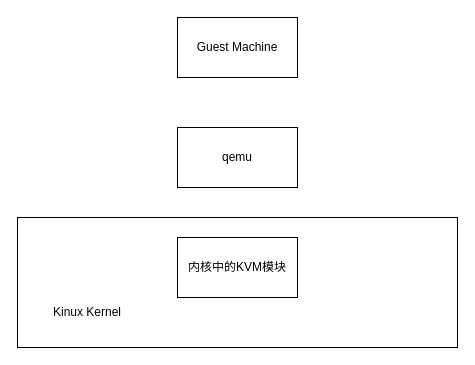
HongxGe/qemu_learning_data keeps this draw.io diagram as 01_硬件虚拟化技术介绍/框图.drawio. Above is the earlier version. Source tidied: cells renumbered, new cells numbered last; positions are measured from the earlier drawing's top-left corner, leaving out a move shared by most shapes. Both pictures are drawn from the tidied source at 100%, with x=0, y=0 at pixel (17, 17).
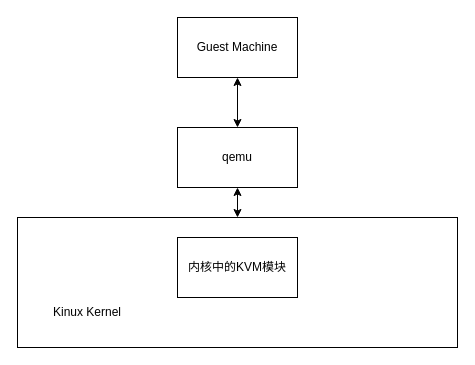
Above is the later version.

Change to the diagram source:
```diff
@@
 <mxGraphModel>
   <root>
     <mxCell id="0" />
     <mxCell id="1" parent="0" />
     <mxCell id="2" style="rounded=0;whiteSpace=wrap;html=1;" parent="1" vertex="1">
       <mxGeometry y="200" width="440" height="130" as="geometry" />
     </mxCell>
     <mxCell id="3" value="Guest Machine" style="rounded=0;whiteSpace=wrap;html=1;" parent="1" vertex="1">
       <mxGeometry x="160" width="120" height="60" as="geometry" />
     </mxCell>
     <mxCell id="4" value="qemu" style="rounded=0;whiteSpace=wrap;html=1;" parent="1" vertex="1">
       <mxGeometry x="160" y="110" width="120" height="60" as="geometry" />
     </mxCell>
     <mxCell id="5" value="内核中的KVM模块" style="rounded=0;whiteSpace=wrap;html=1;" parent="1" vertex="1">
       <mxGeometry x="160" y="220" width="120" height="60" as="geometry" />
     </mxCell>
     <mxCell id="6" value="Kinux Kernel" style="text;html=1;whiteSpace=wrap;strokeColor=none;fillColor=none;align=center;verticalAlign=middle;rounded=0;" parent="1" vertex="1">
       <mxGeometry x="30" y="280" width="80" height="30" as="geometry" />
     </mxCell>
+    <mxCell id="7" style="endArrow=classic;startArrow=classic;html=1;rounded=0;exitX=0.5;exitY=0;exitDx=0;exitDy=0;" parent="1" edge="1" source="4">
+      <mxGeometry relative="1" as="geometry">
+        <mxPoint x="220" y="60" as="targetPoint" />
+      </mxGeometry>
+    </mxCell>
+    <mxCell id="8" style="endArrow=classic;startArrow=classic;html=1;rounded=0;exitX=0.5;exitY=0;exitDx=0;exitDy=0;entryX=0.5;entryY=1;entryDx=0;entryDy=0;" parent="1" edge="1" source="2" target="4">
+      <mxGeometry relative="1" as="geometry" />
+    </mxCell>
   </root>
 </mxGraphModel>
```
